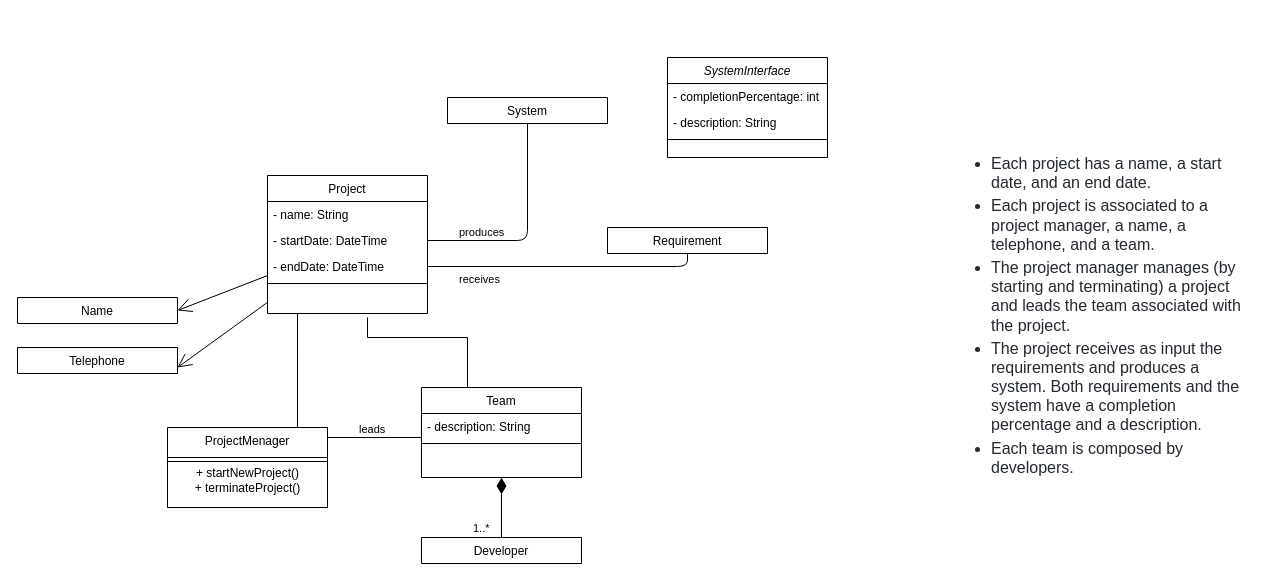
Earlier version of the draw.io diagram Untitled Diagram.drawio (EmmKirHan/Assignment02). Source tidied: cells renumbered, new cells numbered last; positions are measured from the earlier drawing's top-left corner, leaving out a move shared by most shapes. Both pictures are drawn from the tidied source at 100%, with x=0, y=0 at pixel (17, 57).
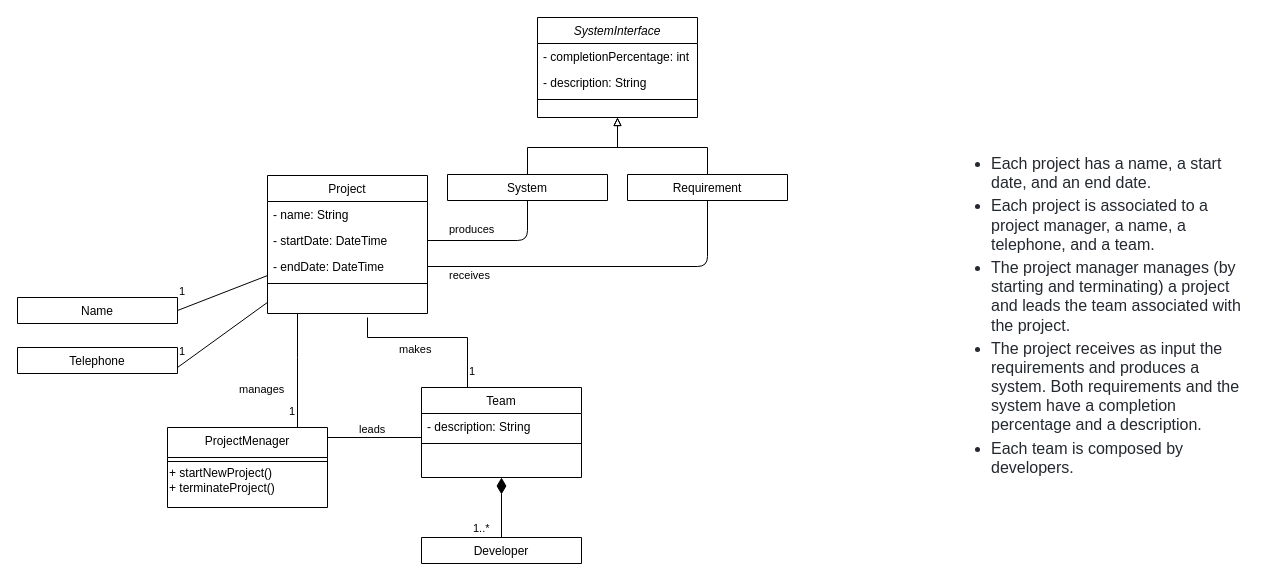
The same page after the edit.

Commit message:
Added multiplicity and roles

The change refers to these unchanged cells:
```xml
<mxCell id="2" value="Project" style="swimlane;fontStyle=0;align=center;verticalAlign=top;horizontal=1;startSize=26;rounded=0;shadow=0;strokeWidth=1;" parent="1" vertex="1">
  <mxGeometry x="250" y="118" width="160" height="138" as="geometry" />
</mxCell>
<mxCell id="8" value="ProjectMenager" style="swimlane;fontStyle=0;align=center;verticalAlign=top;horizontal=1;startSize=30;rounded=0;shadow=0;strokeWidth=1;" parent="1" vertex="1">
  <mxGeometry x="150" y="370" width="160" height="80" as="geometry" />
</mxCell>
<mxCell id="19" value="Name" style="swimlane;fontStyle=0;align=center;verticalAlign=top;horizontal=1;startSize=26;rounded=0;shadow=0;strokeWidth=1;" parent="1" vertex="1" collapsed="1">
  <mxGeometry y="240" width="160" height="26" as="geometry" />
</mxCell>
<mxCell id="26" style="endArrow=none;html=1;edgeStyle=orthogonalEdgeStyle;exitX=0.5;exitY=1;exitDx=0;exitDy=0;entryX=1;entryY=0.5;entryDx=0;entryDy=0;" parent="1" edge="1" source="14" target="5">
  <mxGeometry relative="1" as="geometry" />
</mxCell>
<mxCell id="28" style="endArrow=none;html=1;edgeStyle=orthogonalEdgeStyle;exitX=0.5;exitY=1;exitDx=0;exitDy=0;" parent="1" edge="1" source="7" target="4">
  <mxGeometry relative="1" as="geometry" />
</mxCell>
```

Change to the diagram source:
```diff
@@
     <mxCell id="7" value="System" style="swimlane;fontStyle=0;align=center;verticalAlign=top;horizontal=1;startSize=26;rounded=0;shadow=0;strokeWidth=1;" parent="1" vertex="1" collapsed="1">
-      <mxGeometry x="430" y="40" width="160" height="26" as="geometry" />
+      <mxGeometry x="430" y="117" width="160" height="26" as="geometry" />
     </mxCell>
@@
-    <mxCell id="10" value="+ startNewProject()&lt;br&gt;+ terminateProject()" style="text;html=1;align=center;verticalAlign=middle;strokeColor=none;fillColor=none;" parent="8" vertex="1">
+    <mxCell id="10" value="+ startNewProject()&lt;br&gt;+ terminateProject()" style="text;html=1;align=left;verticalAlign=middle;strokeColor=none;fillColor=none;" parent="8" vertex="1">
       <mxGeometry y="38" width="160" height="30" as="geometry" />
     </mxCell>
@@
     <mxCell id="14" value="Requirement" style="swimlane;fontStyle=0;align=center;verticalAlign=top;horizontal=1;startSize=26;rounded=0;shadow=0;strokeWidth=1;" parent="1" vertex="1" collapsed="1">
-      <mxGeometry x="590" y="170" width="160" height="26" as="geometry" />
+      <mxGeometry x="610" y="117" width="160" height="26" as="geometry" />
     </mxCell>
@@
-    <mxCell id="22" style="endArrow=open;endFill=0;endSize=12;html=1;entryX=1;entryY=0.5;entryDx=0;entryDy=0;" parent="1" edge="1" source="2" target="19">
+    <mxCell id="22" style="endArrow=none;endFill=0;endSize=12;html=1;entryX=1;entryY=0.5;entryDx=0;entryDy=0;" parent="1" edge="1" source="2" target="19">
       <mxGeometry relative="1" as="geometry" />
     </mxCell>
-    <mxCell id="23" style="endArrow=open;endFill=1;endSize=12;html=1;" parent="1" edge="1" source="2">
+    <mxCell id="23" style="endArrow=none;endFill=0;endSize=12;html=1;" parent="1" edge="1" source="2">
       <mxGeometry relative="1" as="geometry">
         <mxPoint x="160" y="310" as="targetPoint" />
       </mxGeometry>
     </mxCell>
@@
     <mxCell id="27" value="receives" style="edgeLabel;html=1;align=left;verticalAlign=bottom;" parent="26" vertex="1">
       <mxGeometry x="-1" relative="1" as="geometry">
-        <mxPoint x="-230" y="34" as="offset" />
+        <mxPoint x="-260" y="83" as="offset" />
       </mxGeometry>
     </mxCell>
@@
     <mxCell id="29" value="produces" style="edgeLabel;html=1;align=left;verticalAlign=bottom;" parent="28" vertex="1">
       <mxGeometry x="-1" relative="1" as="geometry">
-        <mxPoint x="-70" y="117" as="offset" />
+        <mxPoint x="-80" y="37" as="offset" />
       </mxGeometry>
     </mxCell>
@@
     <mxCell id="32" value="SystemInterface" style="swimlane;fontStyle=2;align=center;verticalAlign=top;horizontal=1;startSize=26;rounded=0;shadow=0;strokeWidth=1;" parent="1" vertex="1">
-      <mxGeometry x="650" width="160" height="100" as="geometry" />
+      <mxGeometry x="520" y="-40" width="160" height="100" as="geometry" />
     </mxCell>
@@
+    <mxCell id="37" style="endArrow=none;html=1;edgeStyle=orthogonalEdgeStyle;exitX=0.5;exitY=1;exitDx=0;exitDy=0;entryX=0.5;entryY=0;entryDx=0;entryDy=0;startArrow=block;startFill=0;rounded=0;" parent="1" edge="1" source="32" target="7">
+      <mxGeometry relative="1" as="geometry">
+        <Array as="points">
+          <mxPoint x="600" y="90" />
+          <mxPoint x="510" y="90" />
+        </Array>
+      </mxGeometry>
+    </mxCell>
+    <mxCell id="38" style="endArrow=none;html=1;edgeStyle=orthogonalEdgeStyle;entryX=0.5;entryY=0;entryDx=0;entryDy=0;startArrow=block;startFill=0;rounded=0;" parent="1" edge="1" target="14">
+      <mxGeometry relative="1" as="geometry">
+        <mxPoint x="600" y="60" as="sourcePoint" />
+        <Array as="points">
+          <mxPoint x="600" y="60" />
+          <mxPoint x="600" y="90" />
+          <mxPoint x="690" y="90" />
+        </Array>
+      </mxGeometry>
+    </mxCell>
+    <mxCell id="39" value="manages" style="edgeLabel;html=1;align=left;verticalAlign=bottom;" parent="1" vertex="1">
+      <mxGeometry x="220" y="340" as="geometry" />
+    </mxCell>
+    <mxCell id="40" value="makes" style="edgeLabel;html=1;align=left;verticalAlign=bottom;" parent="1" vertex="1">
+      <mxGeometry x="380" y="300" as="geometry" />
+    </mxCell>
+    <mxCell id="41" value="&lt;span style=&quot;color: rgb(0 , 0 , 0) ; font-family: &amp;#34;helvetica&amp;#34; ; font-size: 11px ; font-style: normal ; font-weight: 400 ; letter-spacing: normal ; text-align: left ; text-indent: 0px ; text-transform: none ; word-spacing: 0px ; background-color: rgb(255 , 255 , 255) ; display: inline ; float: none&quot;&gt;1&lt;/span&gt;" style="text;whiteSpace=wrap;html=1;" parent="1" vertex="1">
+      <mxGeometry x="270" y="340" width="20" height="20" as="geometry" />
+    </mxCell>
+    <mxCell id="42" value="&lt;span style=&quot;color: rgb(0 , 0 , 0) ; font-family: &amp;#34;helvetica&amp;#34; ; font-size: 11px ; font-style: normal ; font-weight: 400 ; letter-spacing: normal ; text-align: left ; text-indent: 0px ; text-transform: none ; word-spacing: 0px ; background-color: rgb(255 , 255 , 255) ; display: inline ; float: none&quot;&gt;1&lt;/span&gt;" style="text;whiteSpace=wrap;html=1;" parent="1" vertex="1">
+      <mxGeometry x="160" y="280" width="20" height="20" as="geometry" />
+    </mxCell>
+    <mxCell id="43" value="&lt;span style=&quot;color: rgb(0 , 0 , 0) ; font-family: &amp;#34;helvetica&amp;#34; ; font-size: 11px ; font-style: normal ; font-weight: 400 ; letter-spacing: normal ; text-align: left ; text-indent: 0px ; text-transform: none ; word-spacing: 0px ; background-color: rgb(255 , 255 , 255) ; display: inline ; float: none&quot;&gt;1&lt;/span&gt;" style="text;whiteSpace=wrap;html=1;" parent="1" vertex="1">
+      <mxGeometry x="450" y="300" width="20" height="20" as="geometry" />
+    </mxCell>
+    <mxCell id="44" value="&lt;span style=&quot;color: rgb(0 , 0 , 0) ; font-family: &amp;#34;helvetica&amp;#34; ; font-size: 11px ; font-style: normal ; font-weight: 400 ; letter-spacing: normal ; text-align: left ; text-indent: 0px ; text-transform: none ; word-spacing: 0px ; background-color: rgb(255 , 255 , 255) ; display: inline ; float: none&quot;&gt;1&lt;/span&gt;" style="text;whiteSpace=wrap;html=1;" parent="1" vertex="1">
+      <mxGeometry x="160" y="220" width="20" height="20" as="geometry" />
+    </mxCell>
```
